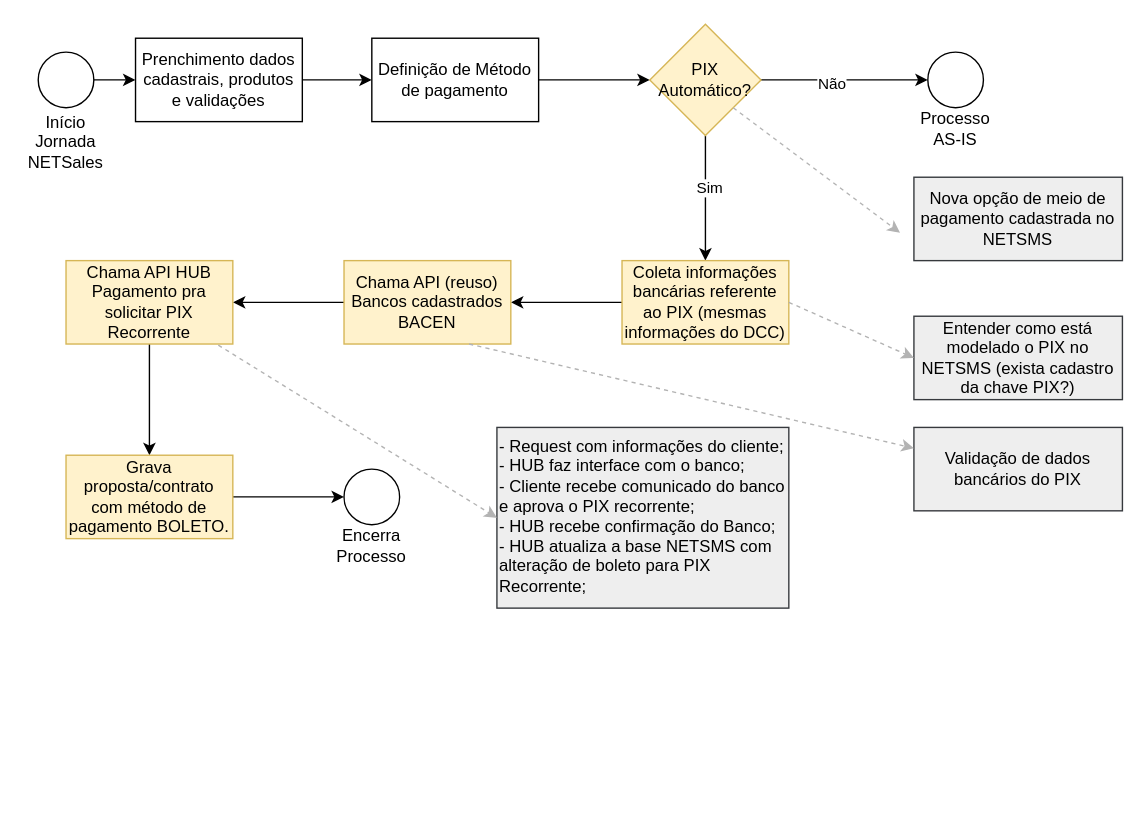
Before: [PIX Automático] Implementação no Netsales.drawio in samirali/ClaroBrasil, a draw.io diagram. Source tidied: cells renumbered, new cells numbered last; positions are measured from the earlier drawing's top-left corner, leaving out a move shared by most shapes. Both pictures are drawn from the tidied source at 139%, with x=0, y=0 at pixel (24, 24).
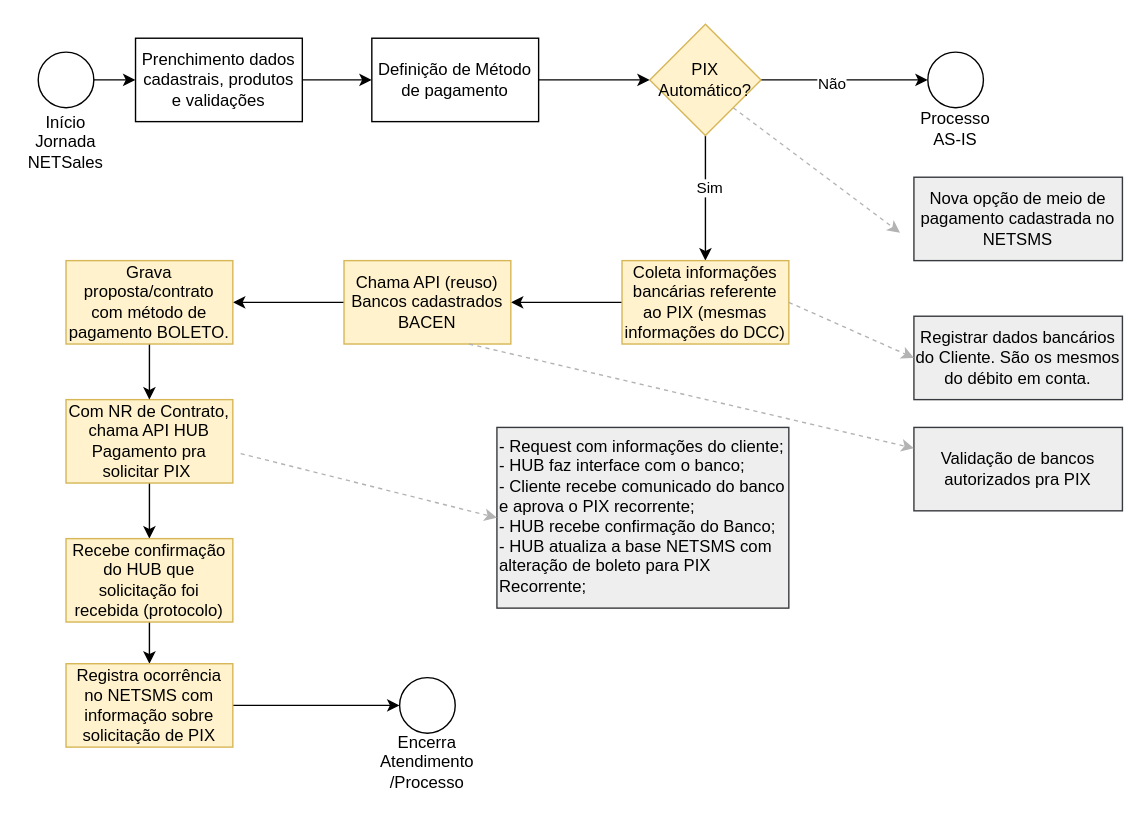
The same diagram, later.

The change refers to these unchanged cells:
```xml
<mxCell id="18" value="Chama API (reuso) Bancos cadastrados BACEN" style="whiteSpace=wrap;html=1;fillColor=#fff2cc;strokeColor=#d6b656;" parent="1" vertex="1">
  <mxGeometry x="230" y="170" width="120" height="60" as="geometry" />
</mxCell>
<mxCell id="32" value="- Request com informações do cliente;&lt;div&gt;- HUB faz interface com o banco;&lt;/div&gt;&lt;div&gt;- Cliente recebe comunicado do banco e aprova o PIX recorrente;&lt;/div&gt;&lt;div&gt;- HUB recebe confirmação do Banco;&lt;/div&gt;&lt;div&gt;- HUB atualiza a base NETSMS com alteração de boleto para PIX Recorrente;&amp;nbsp;&lt;/div&gt;" style="text;html=1;align=left;verticalAlign=top;whiteSpace=wrap;rounded=0;fillColor=#eeeeee;strokeColor=#36393d;glass=0;shadow=0;" parent="1" vertex="1">
  <mxGeometry x="340" y="290" width="210" height="130" as="geometry" />
</mxCell>
```

Change to the diagram source:
```diff
@@
-    <mxCell id="17" style="edgeStyle=orthogonalEdgeStyle;rounded=0;jettySize=auto;html=1;" parent="1" edge="1" source="18" target="20">
-      <mxGeometry relative="1" as="geometry" />
-    </mxCell>
+    <mxCell id="34" style="edgeStyle=orthogonalEdgeStyle;rounded=0;jettySize=auto;html=1;entryX=1;entryY=0.5;entryDx=0;entryDy=0;" parent="1" edge="1" source="18" target="22">
+      <mxGeometry relative="1" as="geometry" />
+    </mxCell>
@@
-    <mxCell id="19" style="edgeStyle=orthogonalEdgeStyle;rounded=0;jettySize=auto;html=1;" parent="1" edge="1" source="20" target="22">
-      <mxGeometry relative="1" as="geometry" />
-    </mxCell>
+    <mxCell id="35" style="edgeStyle=orthogonalEdgeStyle;rounded=0;jettySize=auto;html=1;" parent="1" edge="1" source="20" target="39">
+      <mxGeometry relative="1" as="geometry" />
+    </mxCell>
-    <mxCell id="20" value="Chama API HUB Pagamento pra solicitar PIX Recorrente" style="whiteSpace=wrap;html=1;fillColor=#fff2cc;strokeColor=#d6b656;" parent="1" vertex="1">
-      <mxGeometry x="30" y="170" width="120" height="60" as="geometry" />
+    <mxCell id="20" value="Com NR de Contrato, chama API HUB Pagamento pra solicitar PIX&amp;nbsp;" style="whiteSpace=wrap;html=1;fillColor=#fff2cc;strokeColor=#d6b656;" parent="1" vertex="1">
+      <mxGeometry x="30" y="270" width="120" height="60" as="geometry" />
     </mxCell>
-    <mxCell id="21" style="edgeStyle=orthogonalEdgeStyle;rounded=0;jettySize=auto;html=1;entryX=0;entryY=0.5;entryDx=0;entryDy=0;" parent="1" edge="1" source="22" target="23">
-      <mxGeometry relative="1" as="geometry" />
-    </mxCell>
+    <mxCell id="36" style="edgeStyle=orthogonalEdgeStyle;rounded=0;jettySize=auto;html=1;entryX=0.5;entryY=0;entryDx=0;entryDy=0;" parent="1" edge="1" source="22" target="20">
+      <mxGeometry relative="1" as="geometry" />
+    </mxCell>
     <mxCell id="22" value="Grava proposta/contrato com método de pagamento BOLETO." style="whiteSpace=wrap;html=1;fillColor=#fff2cc;strokeColor=#d6b656;" parent="1" vertex="1">
-      <mxGeometry x="30" y="310" width="120" height="60" as="geometry" />
+      <mxGeometry x="30" y="170" width="120" height="60" as="geometry" />
     </mxCell>
-    <mxCell id="23" style="ellipse;whiteSpace=wrap;html=1;" parent="1" vertex="1">
-      <mxGeometry x="230" y="320" width="40" height="40" as="geometry" />
-    </mxCell>
-    <mxCell id="24" value="Encerra Processo" style="text;html=1;align=center;verticalAlign=middle;whiteSpace=wrap;rounded=0;" parent="1" vertex="1">
-      <mxGeometry x="220" y="360" width="60" height="30" as="geometry" />
-    </mxCell>
@@
-    <mxCell id="28" value="Entender como está modelado o PIX no NETSMS (exista cadastro da chave PIX?)" style="text;html=1;align=center;verticalAlign=middle;whiteSpace=wrap;rounded=0;fillColor=#eeeeee;strokeColor=#36393d;" parent="1" vertex="1">
+    <mxCell id="28" value="Registrar dados bancários do Cliente. São os mesmos do débito em conta." style="text;html=1;align=center;verticalAlign=middle;whiteSpace=wrap;rounded=0;fillColor=#eeeeee;strokeColor=#36393d;" parent="1" vertex="1">
       <mxGeometry x="640" y="210" width="150" height="60" as="geometry" />
     </mxCell>
-    <mxCell id="29" value="Validação de dados bancários do PIX" style="text;html=1;align=center;verticalAlign=middle;whiteSpace=wrap;rounded=0;fillColor=#eeeeee;strokeColor=#36393d;" parent="1" vertex="1">
+    <mxCell id="29" value="Validação de bancos autorizados pra PIX" style="text;html=1;align=center;verticalAlign=middle;whiteSpace=wrap;rounded=0;fillColor=#eeeeee;strokeColor=#36393d;" parent="1" vertex="1">
       <mxGeometry x="640" y="290" width="150" height="60" as="geometry" />
     </mxCell>
@@
-    <mxCell id="33" style="endArrow=classic;html=1;rounded=0;exitX=0.913;exitY=1.013;exitDx=0;exitDy=0;dashed=1;strokeColor=#B3B3B3;entryX=0;entryY=0.5;entryDx=0;entryDy=0;exitPerimeter=0;" parent="1" edge="1" source="20" target="32">
+    <mxCell id="33" style="endArrow=classic;html=1;rounded=0;exitX=1.047;exitY=0.647;exitDx=0;exitDy=0;dashed=1;strokeColor=#B3B3B3;entryX=0;entryY=0.5;entryDx=0;entryDy=0;exitPerimeter=0;" parent="1" edge="1" source="20" target="32">
       <mxGeometry relative="1" as="geometry" />
     </mxCell>
+    <mxCell id="37" style="group;" parent="1" vertex="1">
+      <mxGeometry x="260" y="470" width="60" height="70" as="geometry" />
+    </mxCell>
+    <mxCell id="23" style="ellipse;whiteSpace=wrap;html=1;" parent="37" vertex="1">
+      <mxGeometry x="10" width="40" height="40" as="geometry" />
+    </mxCell>
+    <mxCell id="24" value="Encerra Atendimento /Processo" style="text;html=1;align=center;verticalAlign=middle;whiteSpace=wrap;rounded=0;" parent="37" vertex="1">
+      <mxGeometry y="46" width="60" height="30" as="geometry" />
+    </mxCell>
+    <mxCell id="38" style="edgeStyle=orthogonalEdgeStyle;rounded=0;jettySize=auto;html=1;" parent="1" edge="1" source="39" target="41">
+      <mxGeometry relative="1" as="geometry" />
+    </mxCell>
+    <mxCell id="39" value="Recebe confirmação do HUB que solicitação foi recebida (protocolo)" style="whiteSpace=wrap;html=1;fillColor=#fff2cc;strokeColor=#d6b656;" parent="1" vertex="1">
+      <mxGeometry x="30" y="370" width="120" height="60" as="geometry" />
+    </mxCell>
+    <mxCell id="40" style="edgeStyle=orthogonalEdgeStyle;rounded=0;jettySize=auto;html=1;entryX=0;entryY=0.5;entryDx=0;entryDy=0;" parent="1" edge="1" source="41" target="23">
+      <mxGeometry relative="1" as="geometry" />
+    </mxCell>
+    <mxCell id="41" value="Registra ocorrência no NETSMS com informação sobre solicitação de PIX" style="whiteSpace=wrap;html=1;fillColor=#fff2cc;strokeColor=#d6b656;" parent="1" vertex="1">
+      <mxGeometry x="30" y="460" width="120" height="60" as="geometry" />
+    </mxCell>
```
